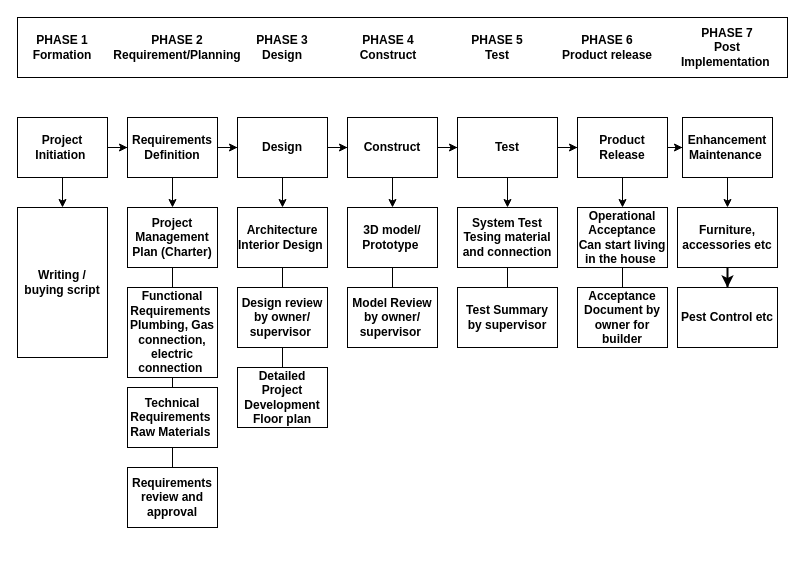
The draw.io diagram Movie.drawio in Dikshit28/SEPM_Dikshit19csu379, before the edit. Source tidied: cells renumbered, new cells numbered last; positions are measured from the earlier drawing's top-left corner, leaving out a move shared by most shapes. Both pictures are drawn from the tidied source at 100%, with x=0, y=0 at pixel (17, 17).
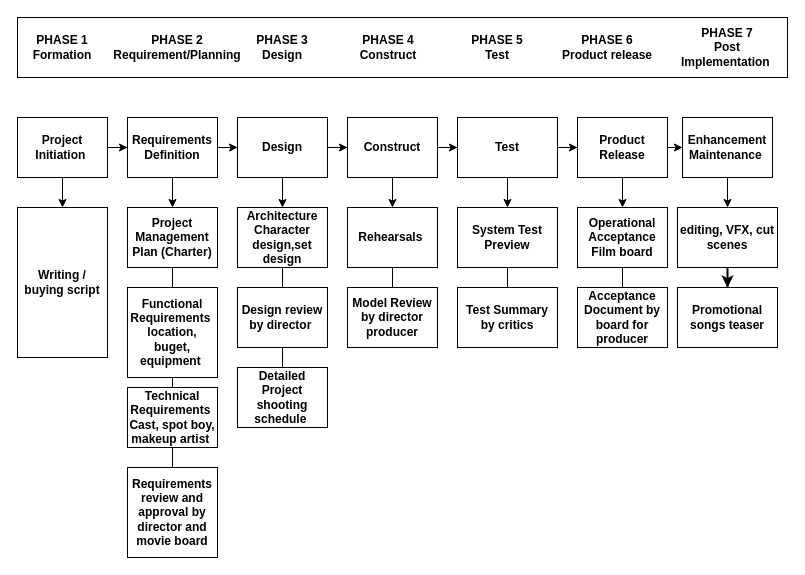
The same diagram, later.

Change to the diagram source:
```diff
@@
-    <mxCell id="32" value="Furniture, accessories etc" style="rounded=0;whiteSpace=wrap;html=1;fontStyle=1;" parent="1" vertex="1">
+    <mxCell id="32" value="editing, VFX, cut scenes" style="rounded=0;whiteSpace=wrap;html=1;fontStyle=1;" parent="1" vertex="1">
       <mxGeometry x="660" y="190" width="100" height="60" as="geometry" />
     </mxCell>
@@
-    <mxCell id="34" value="Operational Acceptance&lt;br&gt;Can start living in the house&amp;nbsp;" style="rounded=0;whiteSpace=wrap;html=1;fontStyle=1;" parent="1" vertex="1">
+    <mxCell id="34" value="Operational Acceptance&lt;br&gt;Film board" style="rounded=0;whiteSpace=wrap;html=1;fontStyle=1;" parent="1" vertex="1">
       <mxGeometry x="560" y="190" width="90" height="60" as="geometry" />
     </mxCell>
-    <mxCell id="35" value="Acceptance Document by owner for builder" style="rounded=0;whiteSpace=wrap;html=1;fontStyle=1;" parent="1" vertex="1">
+    <mxCell id="35" value="Acceptance Document by board for producer" style="rounded=0;whiteSpace=wrap;html=1;fontStyle=1;" parent="1" vertex="1">
       <mxGeometry x="560" y="270" width="90" height="60" as="geometry" />
     </mxCell>
@@
-    <mxCell id="37" value="System Test&lt;br&gt;Tesing material and connection" style="rounded=0;whiteSpace=wrap;html=1;fontStyle=1;" parent="1" vertex="1">
+    <mxCell id="37" value="System Test&lt;br&gt;Preview" style="rounded=0;whiteSpace=wrap;html=1;fontStyle=1;" parent="1" vertex="1">
       <mxGeometry x="440" y="190" width="100" height="60" as="geometry" />
     </mxCell>
-    <mxCell id="38" value="Test Summary by supervisor" style="rounded=0;whiteSpace=wrap;html=1;fontStyle=1;" parent="1" vertex="1">
+    <mxCell id="38" value="Test Summary by critics" style="rounded=0;whiteSpace=wrap;html=1;fontStyle=1;" parent="1" vertex="1">
       <mxGeometry x="440" y="270" width="100" height="60" as="geometry" />
     </mxCell>
@@
-    <mxCell id="40" value="3D model/ Prototype&amp;nbsp;" style="rounded=0;whiteSpace=wrap;html=1;fontStyle=1;" parent="1" vertex="1">
+    <mxCell id="40" value="Rehearsals&amp;nbsp;" style="rounded=0;whiteSpace=wrap;html=1;fontStyle=1;" parent="1" vertex="1">
       <mxGeometry x="330" y="190" width="90" height="60" as="geometry" />
     </mxCell>
-    <mxCell id="41" value="Model Review by owner/ supervisor&amp;nbsp;" style="rounded=0;whiteSpace=wrap;html=1;fontStyle=1;" parent="1" vertex="1">
+    <mxCell id="41" value="Model Review by director producer" style="rounded=0;whiteSpace=wrap;html=1;fontStyle=1;" parent="1" vertex="1">
       <mxGeometry x="330" y="270" width="90" height="60" as="geometry" />
     </mxCell>
@@
-    <mxCell id="43" value="Architecture&lt;br&gt;Interior Design&amp;nbsp;" style="rounded=0;whiteSpace=wrap;html=1;fontStyle=1;" parent="1" vertex="1">
+    <mxCell id="43" value="Architecture&lt;br&gt;Character design,set design" style="rounded=0;whiteSpace=wrap;html=1;fontStyle=1;" parent="1" vertex="1">
       <mxGeometry x="220" y="190" width="90" height="60" as="geometry" />
     </mxCell>
@@
-    <mxCell id="45" value="Design review by owner/ supervisor&amp;nbsp;" style="rounded=0;whiteSpace=wrap;html=1;fontStyle=1;" parent="1" vertex="1">
+    <mxCell id="45" value="Design review by director&amp;nbsp;" style="rounded=0;whiteSpace=wrap;html=1;fontStyle=1;" parent="1" vertex="1">
       <mxGeometry x="220" y="270" width="90" height="60" as="geometry" />
     </mxCell>
-    <mxCell id="46" value="Detailed Project Development&lt;br&gt;Floor plan" style="rounded=0;whiteSpace=wrap;html=1;fontStyle=1;" parent="1" vertex="1">
+    <mxCell id="46" value="Detailed Project&lt;br&gt;shooting schedule&amp;nbsp;" style="rounded=0;whiteSpace=wrap;html=1;fontStyle=1;" parent="1" vertex="1">
       <mxGeometry x="220" y="350" width="90" height="60" as="geometry" />
     </mxCell>
@@
-    <mxCell id="50" value="Functional Requirements&amp;nbsp;&lt;br&gt;Plumbing, Gas connection, electric connection&amp;nbsp;" style="rounded=0;whiteSpace=wrap;html=1;fontStyle=1;" parent="1" vertex="1">
+    <mxCell id="50" value="Functional Requirements&amp;nbsp;&lt;br&gt;location, buget, equipment&amp;nbsp;" style="rounded=0;whiteSpace=wrap;html=1;fontStyle=1;" parent="1" vertex="1">
       <mxGeometry x="110" y="270" width="90" height="90" as="geometry" />
     </mxCell>
@@
-    <mxCell id="52" value="Technical Requirements&amp;nbsp;&lt;br&gt;Raw Materials&amp;nbsp;" style="rounded=0;whiteSpace=wrap;html=1;fontStyle=1;" parent="1" vertex="1">
+    <mxCell id="52" value="Technical Requirements&amp;nbsp;&lt;br&gt;Cast, spot boy, makeup artist&amp;nbsp;" style="rounded=0;whiteSpace=wrap;html=1;fontStyle=1;" parent="1" vertex="1">
       <mxGeometry x="110" y="370" width="90" height="60" as="geometry" />
     </mxCell>
-    <mxCell id="53" value="Requirements review and approval" style="rounded=0;whiteSpace=wrap;html=1;fontStyle=1;" parent="1" vertex="1">
-      <mxGeometry x="110" y="450" width="90" height="60" as="geometry" />
+    <mxCell id="53" value="Requirements review and approval by director and movie board" style="rounded=0;whiteSpace=wrap;html=1;fontStyle=1;" parent="1" vertex="1">
+      <mxGeometry x="110" y="450" width="90" height="90" as="geometry" />
     </mxCell>
-    <mxCell id="54" value="Pest Control etc" style="rounded=0;whiteSpace=wrap;html=1;fontStyle=1;" parent="1" vertex="1">
+    <mxCell id="54" value="Promotional songs teaser" style="rounded=0;whiteSpace=wrap;html=1;fontStyle=1;" parent="1" vertex="1">
       <mxGeometry x="660" y="270" width="100" height="60" as="geometry" />
     </mxCell>
```
